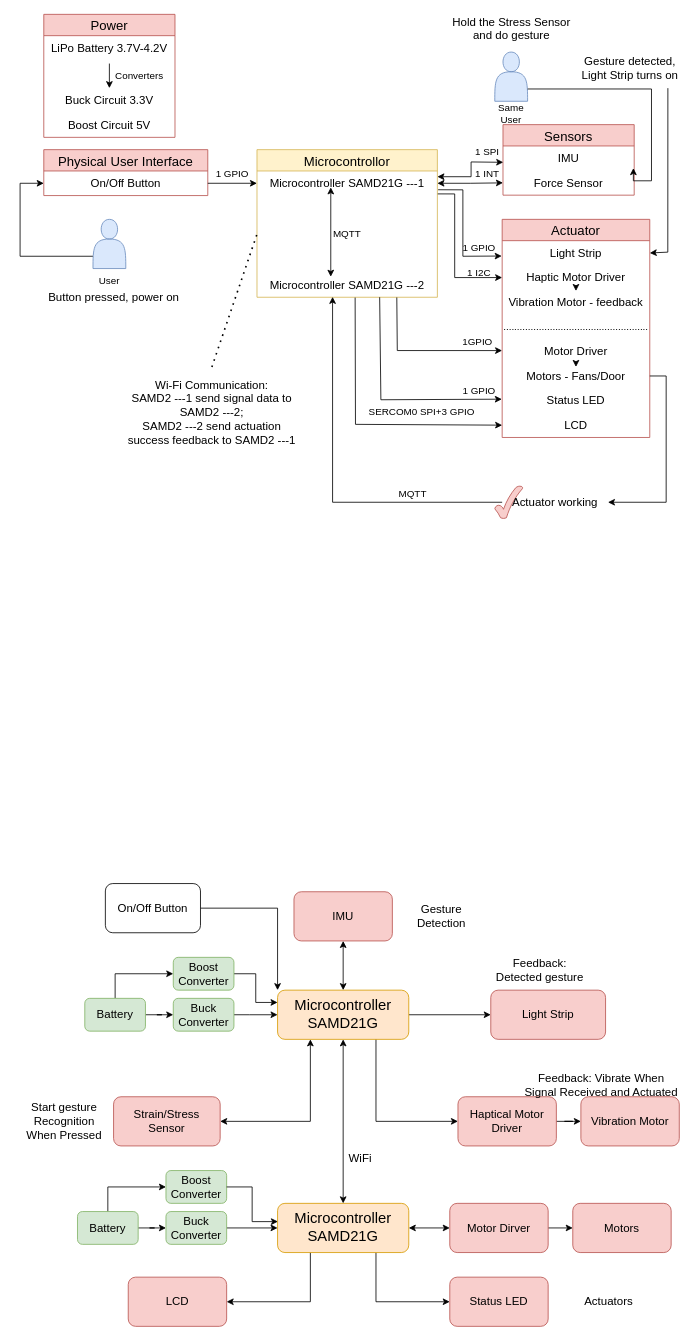
ese5160/final-project-a07g-a14g-t05-fusion-maverick keeps this draw.io diagram as Block_diagram.drawio. Above is the earlier version. Source tidied: cells renumbered, new cells numbered last; positions are measured from the earlier drawing's top-left corner, leaving out a move shared by most shapes. Both pictures are drawn from the tidied source at 82%, with x=0, y=0 at pixel (20, 14).
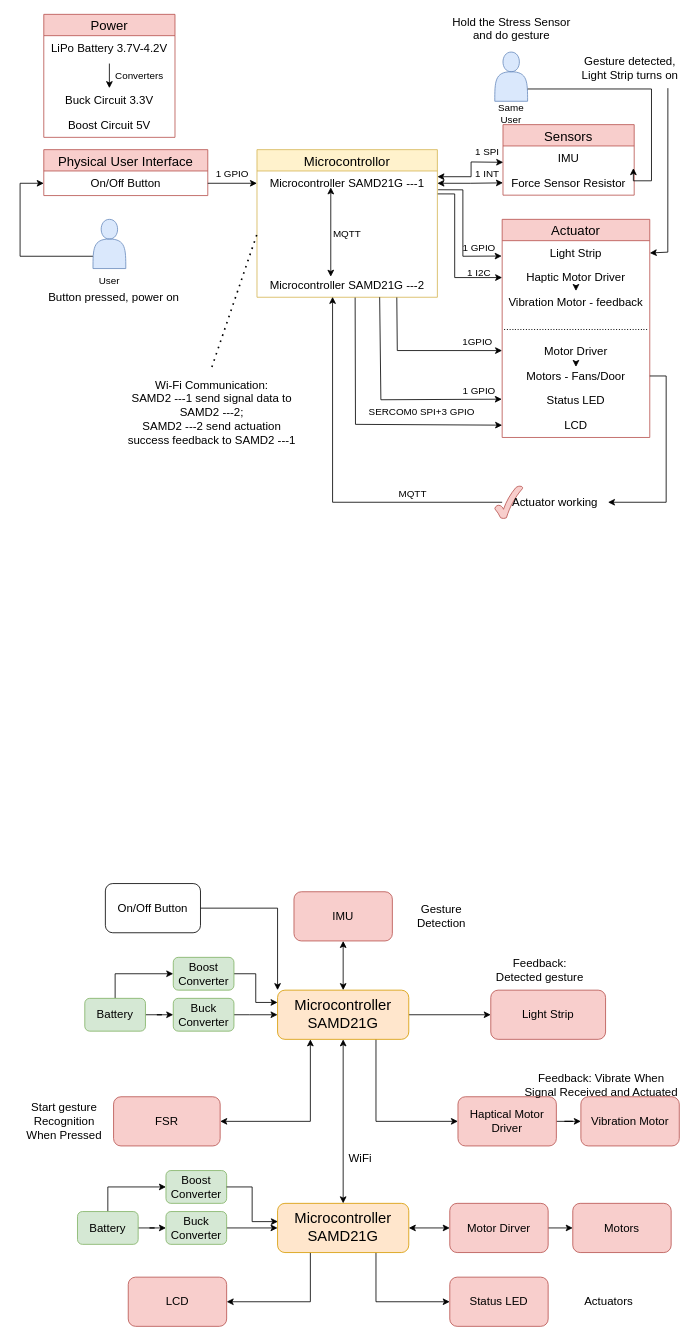
After the change.

Unchanged cells that the change refers to:
```xml
<mxCell id="9" value="Sensors" style="swimlane;fontStyle=0;horizontal=1;startSize=26;align=center;fontSize=16;fillColor=#f8cecc;strokeColor=#b85450;" parent="1" vertex="1">
  <mxGeometry x="588.9" y="134.5" width="160" height="86" as="geometry" />
</mxCell>
```

What changed in the source:
```diff
@@
-    <mxCell id="11" value="&lt;font style=&quot;font-size: 14px;&quot;&gt;Force Sensor&lt;/font&gt;" style="text;strokeColor=none;fillColor=none;spacingLeft=4;spacingRight=4;overflow=hidden;points=[[0,0.5],[1,0.5]];portConstraint=eastwest;fontSize=12;whiteSpace=wrap;html=1;align=center;" parent="9" vertex="1">
+    <mxCell id="11" value="&lt;font style=&quot;font-size: 14px;&quot;&gt;Force Sensor Resistor&lt;/font&gt;" style="text;strokeColor=none;fillColor=none;spacingLeft=4;spacingRight=4;overflow=hidden;points=[[0,0.5],[1,0.5]];portConstraint=eastwest;fontSize=12;whiteSpace=wrap;html=1;align=center;" parent="9" vertex="1">
       <mxGeometry y="56" width="160" height="30" as="geometry" />
     </mxCell>
@@
-    <mxCell id="67" value="&lt;font style=&quot;font-size: 14px;&quot;&gt;Strain/Stress Sensor&lt;/font&gt;" style="rounded=1;whiteSpace=wrap;html=1;fillColor=#f8cecc;strokeColor=#b85450;" parent="1" vertex="1">
+    <mxCell id="67" value="&lt;font style=&quot;font-size: 14px;&quot;&gt;FSR&lt;/font&gt;" style="rounded=1;whiteSpace=wrap;html=1;fillColor=#f8cecc;strokeColor=#b85450;" parent="1" vertex="1">
       <mxGeometry x="114" y="1320" width="130" height="60" as="geometry" />
     </mxCell>
```
